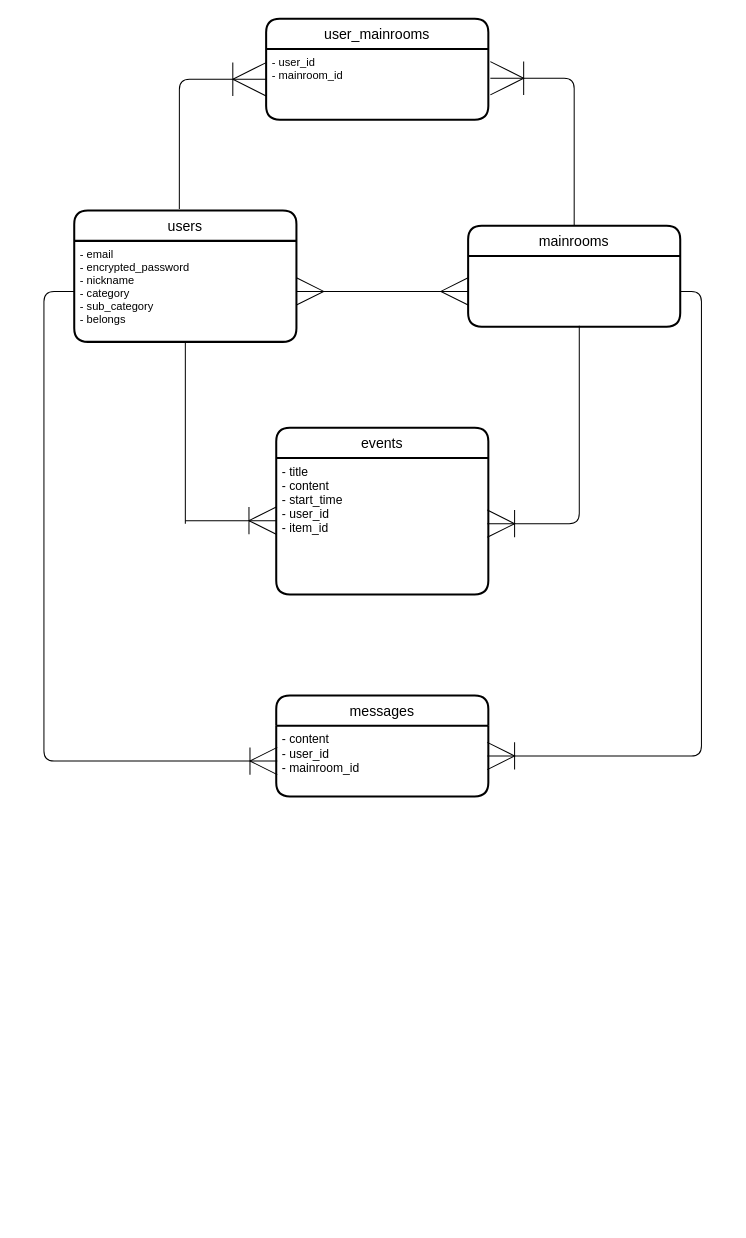
Above: little-theater.dio in near7830/little-theater (draw.io), before the change. Source tidied: cells renumbered, new cells numbered last; positions are measured from the earlier drawing's top-left corner, leaving out a move shared by most shapes. Both pictures are drawn from the tidied source at 101%, with x=0, y=0 at pixel (43, 18).
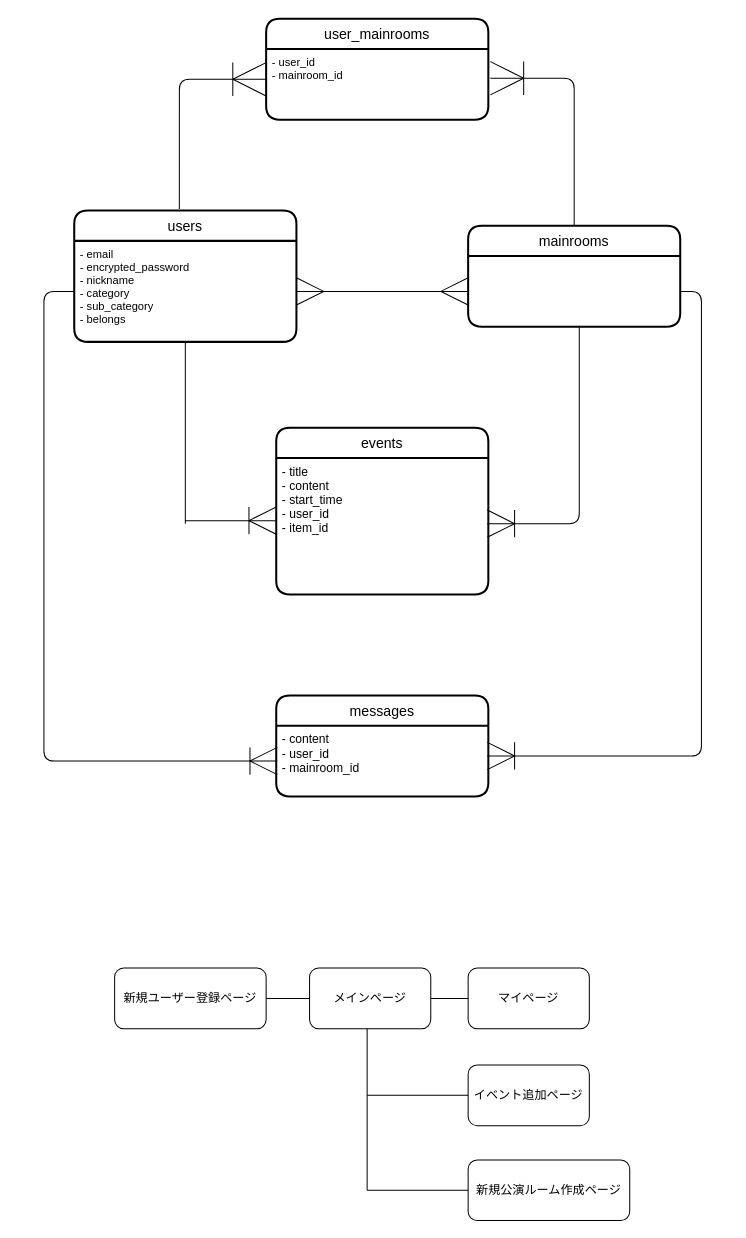
The same diagram, later.

The edit, as a diff of the source:
```diff
@@
+    <mxCell id="20" style="edgeStyle=elbowEdgeStyle;elbow=vertical;html=1;exitX=1;exitY=0.5;exitDx=0;exitDy=0;entryX=0;entryY=0.5;entryDx=0;entryDy=0;startSize=25;endSize=25;targetPerimeterSpacing=-1;endArrow=none;endFill=0;" parent="1" edge="1" source="21" target="23">
+      <mxGeometry relative="1" as="geometry" />
+    </mxCell>
+    <mxCell id="21" value="新規ユーザー登録ページ" style="rounded=1;whiteSpace=wrap;html=1;" parent="1" vertex="1">
+      <mxGeometry x="70" y="940" width="150" height="60" as="geometry" />
+    </mxCell>
+    <mxCell id="22" style="edgeStyle=elbowEdgeStyle;elbow=vertical;html=1;exitX=1;exitY=0.5;exitDx=0;exitDy=0;entryX=0;entryY=0.5;entryDx=0;entryDy=0;endArrow=none;endFill=0;startSize=25;endSize=25;targetPerimeterSpacing=-1;" parent="1" edge="1" source="23" target="24">
+      <mxGeometry relative="1" as="geometry" />
+    </mxCell>
+    <mxCell id="23" value="メインページ" style="rounded=1;whiteSpace=wrap;html=1;" parent="1" vertex="1">
+      <mxGeometry x="263" y="940" width="120" height="60" as="geometry" />
+    </mxCell>
+    <mxCell id="24" value="マイページ" style="rounded=1;whiteSpace=wrap;html=1;" parent="1" vertex="1">
+      <mxGeometry x="420" y="940" width="120" height="60" as="geometry" />
+    </mxCell>
+    <mxCell id="25" style="edgeStyle=elbowEdgeStyle;elbow=vertical;html=1;exitX=0;exitY=0.5;exitDx=0;exitDy=0;endArrow=none;endFill=0;startSize=25;endSize=25;targetPerimeterSpacing=-1;" parent="1" edge="1" source="26">
+      <mxGeometry relative="1" as="geometry">
+        <mxPoint x="320" y="1065.9" as="targetPoint" />
+      </mxGeometry>
+    </mxCell>
+    <mxCell id="26" value="イベント追加ページ" style="rounded=1;whiteSpace=wrap;html=1;" parent="1" vertex="1">
+      <mxGeometry x="420" y="1036" width="120" height="60" as="geometry" />
+    </mxCell>
+    <mxCell id="27" style="edgeStyle=elbowEdgeStyle;elbow=vertical;html=1;exitX=0;exitY=0.5;exitDx=0;exitDy=0;endArrow=none;endFill=0;startSize=25;endSize=25;targetPerimeterSpacing=-1;" parent="1" edge="1" source="28">
+      <mxGeometry relative="1" as="geometry">
+        <mxPoint x="320" y="1160" as="targetPoint" />
+      </mxGeometry>
+    </mxCell>
+    <mxCell id="28" value="新規公演ルーム作成ページ" style="rounded=1;whiteSpace=wrap;html=1;" parent="1" vertex="1">
+      <mxGeometry x="420" y="1130" width="160" height="60" as="geometry" />
+    </mxCell>
+    <mxCell id="29" style="endArrow=none;html=1;startSize=25;endSize=25;targetPerimeterSpacing=-1;elbow=vertical;entryX=0.5;entryY=1;entryDx=0;entryDy=0;" parent="1" edge="1">
+      <mxGeometry relative="1" as="geometry">
+        <mxPoint x="320" y="1160" as="sourcePoint" />
+        <mxPoint x="320" y="1000" as="targetPoint" />
+      </mxGeometry>
+    </mxCell>
```
